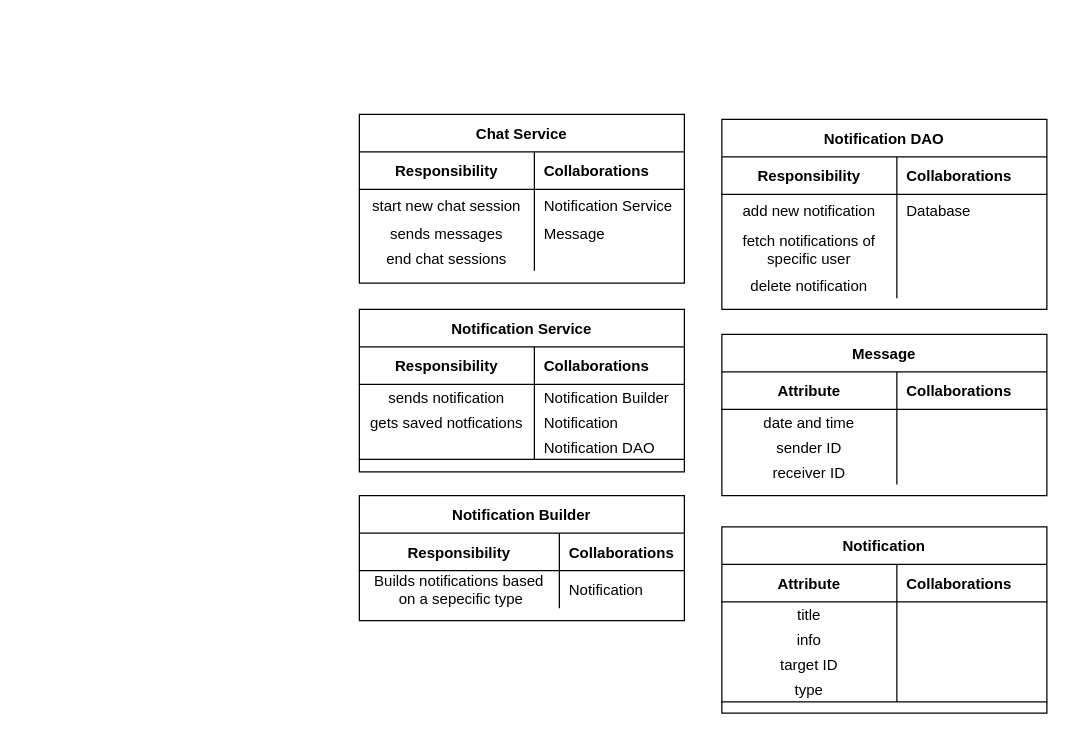
Before: page "CRC" (2 of 4) of Chat_Notifications.drawio in muhmagdy/Bloodify, a draw.io diagram. Source tidied: cells renumbered, new cells numbered last; positions are measured from the earlier drawing's top-left corner, leaving out a move shared by most shapes. Both pictures are drawn from the tidied source at 125%, with x=0, y=0 at pixel (359, 114).
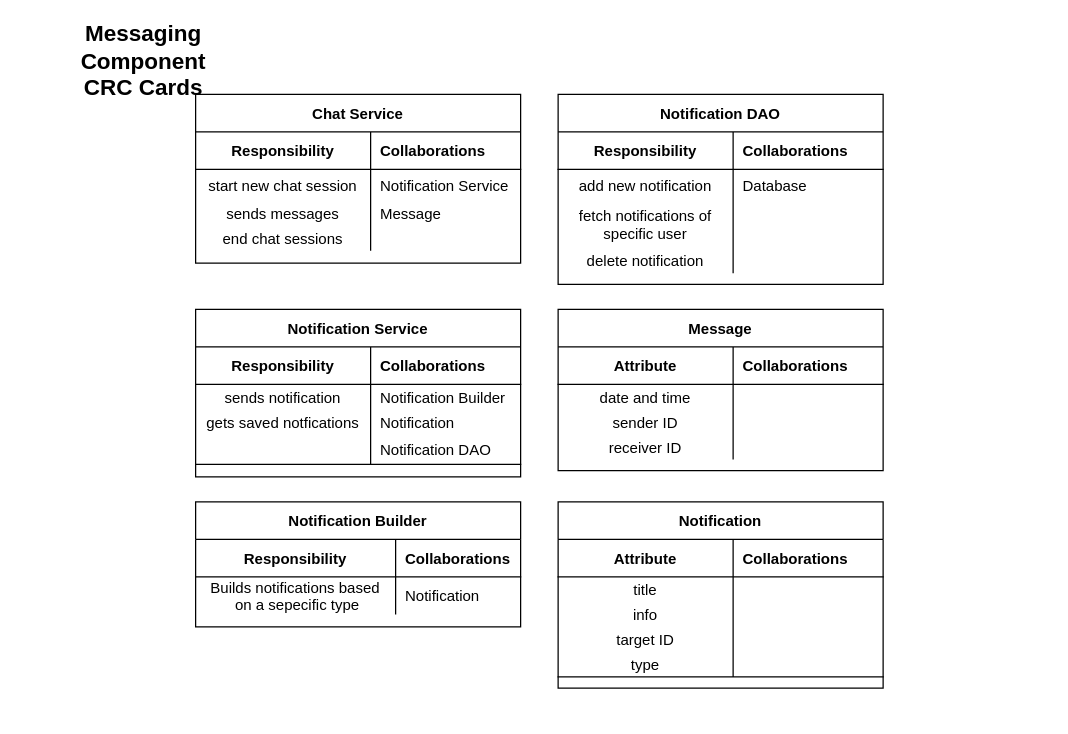
Above is the later version.

The edit, as a diff of the source:
```diff
@@
     <mxCell id="2" value="Chat Service" style="shape=table;startSize=30;childLayout=tableLayout;rowLines=0;fontStyle=1;align=center;" parent="1" vertex="1">
-      <mxGeometry width="260" height="135" as="geometry" />
+      <mxGeometry x="-131" y="-16" width="260" height="135" as="geometry" />
     </mxCell>
@@
     <mxCell id="15" value="Notification Service" style="shape=table;startSize=30;childLayout=tableLayout;rowLines=0;fontStyle=1;align=center;" parent="1" vertex="1">
-      <mxGeometry y="156" width="260" height="130" as="geometry" />
+      <mxGeometry x="-131" y="156" width="260" height="134" as="geometry" />
     </mxCell>
@@
     <mxCell id="25" style="shape=partialRectangle;fillColor=none;top=0;left=0;bottom=1;right=0;rounded=0;shadow=0;sketch=0;" parent="15" vertex="1">
-      <mxGeometry y="100" width="260" height="20" as="geometry" />
+      <mxGeometry y="100" width="260" height="24" as="geometry" />
     </mxCell>
     <mxCell id="26" style="shape=partialRectangle;fillColor=none;top=0;left=0;bottom=0;right=0;fontStyle=1;overflow=hidden;rounded=0;shadow=0;sketch=0;" parent="25" vertex="1">
-      <mxGeometry width="140" height="20" as="geometry" />
+      <mxGeometry width="140" height="24" as="geometry" />
     </mxCell>
     <mxCell id="27" value="Notification DAO" style="shape=partialRectangle;fillColor=none;top=0;left=0;bottom=0;right=0;align=left;spacingLeft=6;fontStyle=0;overflow=hidden;rounded=0;shadow=0;sketch=0;" parent="25" vertex="1">
-      <mxGeometry x="140" width="120" height="20" as="geometry" />
+      <mxGeometry x="140" width="120" height="24" as="geometry" />
     </mxCell>
     <mxCell id="28" value="Notification Builder" style="shape=table;startSize=30;childLayout=tableLayout;rowLines=0;fontStyle=1;align=center;" parent="1" vertex="1">
-      <mxGeometry y="305" width="260" height="100" as="geometry" />
+      <mxGeometry x="-131" y="310" width="260" height="100" as="geometry" />
     </mxCell>
@@
     <mxCell id="35" value="Notification DAO" style="shape=table;startSize=30;childLayout=tableLayout;rowLines=0;fontStyle=1;align=center;" parent="1" vertex="1">
-      <mxGeometry x="290" y="4" width="260" height="152" as="geometry" />
+      <mxGeometry x="159" y="-16" width="260" height="152" as="geometry" />
     </mxCell>
@@
     <mxCell id="48" value="Message" style="shape=table;startSize=30;childLayout=tableLayout;rowLines=0;fontStyle=1;align=center;" parent="1" vertex="1">
-      <mxGeometry x="290" y="176" width="260" height="129" as="geometry" />
+      <mxGeometry x="159" y="156" width="260" height="129" as="geometry" />
     </mxCell>
@@
     <mxCell id="61" value="Notification" style="shape=table;startSize=30;childLayout=tableLayout;rowLines=0;fontStyle=1;align=center;" parent="1" vertex="1">
-      <mxGeometry x="290" y="330" width="260" height="149" as="geometry" />
+      <mxGeometry x="159" y="310" width="260" height="149" as="geometry" />
     </mxCell>
@@
+    <mxCell id="77" value="Messaging Component &lt;br style=&quot;font-size: 18px;&quot;&gt;CRC Cards" style="text;html=1;strokeColor=none;fillColor=none;align=center;verticalAlign=middle;whiteSpace=wrap;rounded=0;fontStyle=1;fontSize=18;" parent="1" vertex="1">
+      <mxGeometry x="-270" y="-68" width="195" height="52" as="geometry" />
+    </mxCell>
```
